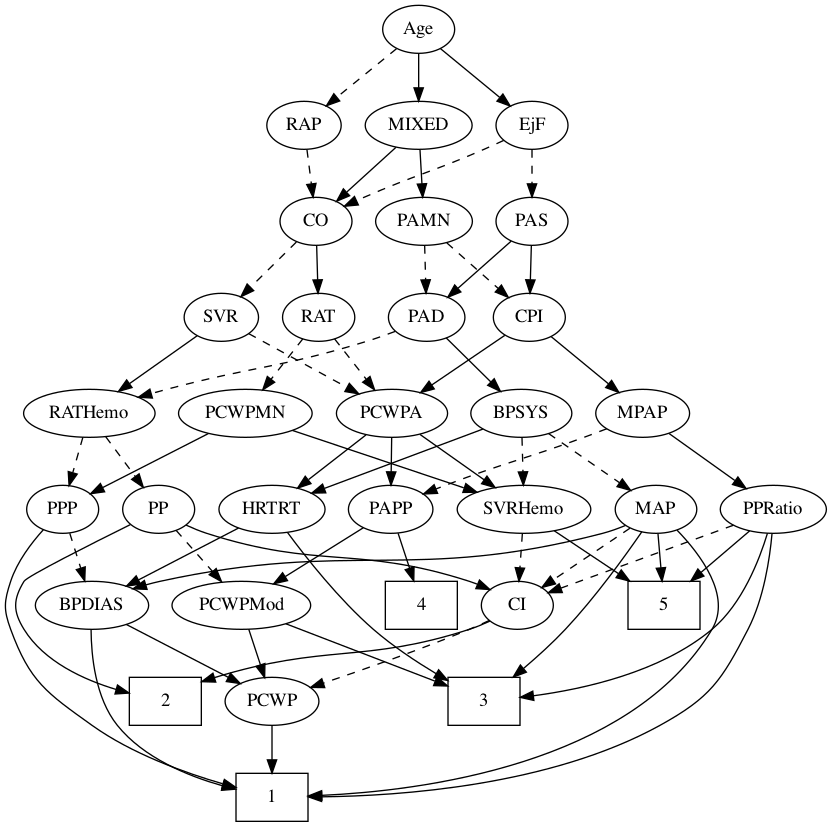
This is TreeFiles/TreeTraining/tree0.png from jozieLamp/CARNA, a Graphviz export, as it was before one commit. Its source is kept beside it as TreeFiles/TreeTraining/tree0.dot.
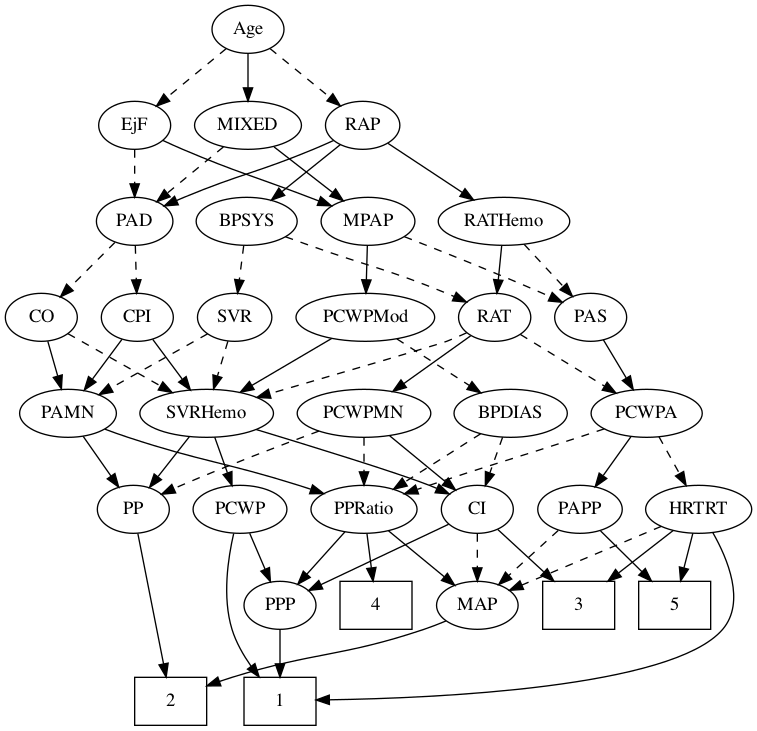
After the commit.

Diff of the diagram source:
```diff
@@ -1,235 +1,231 @@
 strict digraph {
-	graph [bb="0,0,615.65,612"];
+	graph [bb="0,0,559.65,540"];
 	node [label="\N"];
 	1	[height=0.5,
-		pos="200,18",
+		pos="206,18",
 		shape=box,
 		width=0.75];
 	2	[height=0.5,
-		pos="120,90",
+		pos="124,18",
 		shape=box,
 		width=0.75];
 	3	[height=0.5,
-		pos="359,90",
+		pos="430,90",
 		shape=box,
 		width=0.75];
 	4	[height=0.5,
-		pos="312,162",
+		pos="278,90",
 		shape=box,
 		width=0.75];
 	5	[height=0.5,
-		pos="494,162",
+		pos="502,90",
 		shape=box,
 		width=0.75];
 	Age	[height=0.5,
-		pos="310,594",
+		pos="182,522",
 		width=0.75];
 	EjF	[height=0.5,
-		pos="395,522",
+		pos="97,450",
 		width=0.75];
-	Age -> EjF	[pos="e,378.66,536.46 326.39,579.5 338.97,569.14 356.54,554.67 370.75,542.97",
-		style=solid];
+	Age -> EjF	[pos="e,113.34,464.46 165.61,507.5 153.03,497.14 135.46,482.67 121.25,470.97",
+		style=dashed];
 	RAP	[height=0.5,
-		pos="224,522",
+		pos="268,450",
 		width=0.77632];
-	Age -> RAP	[pos="e,240.83,536.69 293.42,579.5 280.77,569.21 263.14,554.86 248.82,543.2",
+	Age -> RAP	[pos="e,251.18,464.69 198.58,507.5 211.23,497.21 228.86,482.86 243.18,471.2",
 		style=dashed];
 	MIXED	[height=0.5,
-		pos="310,522",
+		pos="182,450",
 		width=1.1193];
-	Age -> MIXED	[pos="e,310,540.1 310,575.7 310,567.98 310,558.71 310,550.11",
+	Age -> MIXED	[pos="e,182,468.1 182,503.7 182,495.98 182,486.71 182,478.11",
 		style=solid];
-	CO	[height=0.5,
-		pos="233,450",
-		width=0.75];
-	EjF -> CO	[pos="e,254.22,461.28 373.78,510.72 368.95,508.45 363.82,506.1 359,504 319.51,486.79 308.5,485.21 269,468 267.2,467.21 265.35,466.39 263.48,\
-465.55",
+	MPAP	[height=0.5,
+		pos="272,378",
+		width=0.97491];
+	EjF -> MPAP	[pos="e,244.55,389.64 118.19,438.65 123.03,436.39 128.17,434.05 133,432 174.56,414.35 185.83,412.14 228,396 230.34,395.1 232.75,394.18 \
+235.18,393.24",
+		style=solid];
+	PAD	[height=0.5,
+		pos="97,378",
+		width=0.79437];
+	EjF -> PAD	[pos="e,97,396.1 97,431.7 97,423.98 97,414.71 97,406.11",
+		style=dashed];
+	BPSYS	[height=0.5,
+		pos="181,378",
+		width=1.0471];
+	RAP -> BPSYS	[pos="e,199.53,393.91 251.23,435.5 238.84,425.54 221.74,411.78 207.52,400.34",
+		style=solid];
+	RAP -> PAD	[pos="e,119.19,389.52 246.21,438.66 241.24,436.39 235.96,434.06 231,432 188.52,414.39 176.48,413.61 134,396 132.19,395.25 130.33,394.46 \
+128.47,393.65",
+		style=solid];
+	RATHemo	[height=0.5,
+		pos="374,378",
+		width=1.3721];
+	RAP -> RATHemo	[pos="e,351.16,394.09 286.95,436.49 302.41,426.28 324.56,411.65 342.65,399.7",
+		style=solid];
+	MIXED -> MPAP	[pos="e,253.43,393.44 201.53,433.81 214.41,423.79 231.44,410.55 245.53,399.59",
+		style=solid];
+	MIXED -> PAD	[pos="e,113.68,392.74 163.56,433.81 151.26,423.69 134.97,410.27 121.58,399.24",
 		style=dashed];
 	PAS	[height=0.5,
-		pos="395,450",
+		pos="439,306",
 		width=0.75];
-	EjF -> PAS	[pos="e,395,468.1 395,503.7 395,495.98 395,486.71 395,478.11",
+	MPAP -> PAS	[pos="e,417.77,317.27 299.28,366.48 325.91,356.1 367.49,339.55 403,324 404.8,323.21 406.65,322.38 408.51,321.54",
 		style=dashed];
-	RAP -> CO	[pos="e,230.8,468.1 226.23,503.7 227.22,495.98 228.41,486.71 229.52,478.11",
+	PCWPMod	[height=0.5,
+		pos="270,306",
+		width=1.4443];
+	MPAP -> PCWPMod	[pos="e,270.49,324.1 271.51,359.7 271.29,351.98 271.02,342.71 270.77,334.11",
+		style=solid];
+	RAT	[height=0.5,
+		pos="367,306",
+		width=0.75827];
+	BPSYS -> RAT	[pos="e,345.84,317.44 210.07,366.43 216,364.29 222.2,362.06 228,360 273.69,343.75 286.12,342.38 331,324 332.82,323.25 334.69,322.46 336.56,\
+321.65",
 		style=dashed];
-	MIXED -> CO	[pos="e,248.47,465.07 292.91,505.46 282.11,495.65 268.02,482.83 256.21,472.1",
+	SVR	[height=0.5,
+		pos="172,306",
+		width=0.77632];
+	BPSYS -> SVR	[pos="e,174.2,324.1 178.78,359.7 177.78,351.98 176.59,342.71 175.49,334.11",
+		style=dashed];
+	CO	[height=0.5,
+		pos="27,306",
+		width=0.75];
+	PAD -> CO	[pos="e,41.345,321.35 82.155,362.15 72.372,352.37 59.404,339.4 48.5,328.5",
+		style=dashed];
+	CPI	[height=0.5,
+		pos="99,306",
+		width=0.75];
+	PAD -> CPI	[pos="e,98.511,324.1 97.494,359.7 97.715,351.98 97.98,342.71 98.225,334.11",
+		style=dashed];
+	PAMN	[height=0.5,
+		pos="47,234",
+		width=1.011];
+	CO -> PAMN	[pos="e,42.064,252.28 31.841,288.05 34.068,280.26 36.765,270.82 39.263,262.08",
 		style=solid];
-	PAMN	[height=0.5,
-		pos="314,450",
-		width=1.011];
-	MIXED -> PAMN	[pos="e,313.02,468.1 310.99,503.7 311.43,495.98 311.96,486.71 312.45,478.11",
+	SVRHemo	[height=0.5,
+		pos="151,234",
+		width=1.3902];
+	CO -> SVRHemo	[pos="e,125.09,249.63 46.923,293.75 65.576,283.22 93.849,267.26 116.22,254.63",
+		style=dashed];
+	PCWPA	[height=0.5,
+		pos="481,234",
+		width=1.1555];
+	PAS -> PCWPA	[pos="e,470.92,251.8 448.53,289.12 453.59,280.68 459.94,270.1 465.67,260.55",
 		style=solid];
-	MPAP	[height=0.5,
-		pos="478,306",
+	PP	[height=0.5,
+		pos="96,162",
+		width=0.75];
+	PAMN -> PP	[pos="e,85.034,178.67 58.365,216.76 64.575,207.89 72.383,196.74 79.276,186.89",
+		style=solid];
+	PPRatio	[height=0.5,
+		pos="269,162",
+		width=1.1013];
+	PAMN -> PPRatio	[pos="e,238.77,173.8 74.471,222.19 80.229,220.04 86.288,217.88 92,216 148.14,197.54 163.61,197.69 220,180 222.95,179.07 226,178.09 229.06,\
+177.08",
+		style=solid];
+	RATHemo -> PAS	[pos="e,425.33,321.72 389.08,360.76 397.8,351.37 408.91,339.41 418.43,329.15",
+		style=dashed];
+	RATHemo -> RAT	[pos="e,368.71,324.1 372.27,359.7 371.5,351.98 370.57,342.71 369.71,334.11",
+		style=solid];
+	CPI -> PAMN	[pos="e,59.233,251.47 87.46,289.46 80.98,280.74 72.743,269.65 65.395,259.76",
+		style=solid];
+	CPI -> SVRHemo	[pos="e,138.77,251.47 110.54,289.46 117.02,280.74 125.26,269.65 132.61,259.76",
+		style=solid];
+	RAT -> PCWPA	[pos="e,458.02,249.11 386.34,293.13 403.6,282.52 429.21,266.8 449.44,254.38",
+		style=dashed];
+	PCWPMN	[height=0.5,
+		pos="269,234",
+		width=1.3902];
+	RAT -> PCWPMN	[pos="e,290.62,250.45 349.03,292.16 335,282.14 315.22,268.02 298.84,256.31",
+		style=solid];
+	RAT -> SVRHemo	[pos="e,188.63,245.92 345.92,294.38 341.08,292.13 335.91,289.87 331,288 324.63,285.58 249.67,263.67 198.52,248.79",
+		style=dashed];
+	SVR -> PAMN	[pos="e,70.332,248.07 151.64,293.6 132.06,282.63 102.15,265.89 79.321,253.1",
+		style=dashed];
+	SVR -> SVRHemo	[pos="e,156.18,252.28 166.92,288.05 164.58,280.26 161.75,270.82 159.12,262.08",
+		style=dashed];
+	PCWPMod -> SVRHemo	[pos="e,176.2,249.82 244.76,290.15 227.33,279.9 203.94,266.14 184.89,254.93",
+		style=solid];
+	BPDIAS	[height=0.5,
+		pos="379,234",
+		width=1.1735];
+	PCWPMod -> BPDIAS	[pos="e,356.51,249.44 293.65,289.81 309.54,279.61 330.65,266.05 347.89,254.98",
+		style=dashed];
+	PCWPA -> PPRatio	[pos="e,299.28,173.63 449.19,222.34 442.84,220.22 436.21,218.03 430,216 380.31,199.73 367.59,196.57 318,180 315.06,179.02 312.03,177.99 \
+308.98,176.96",
+		style=dashed];
+	PAPP	[height=0.5,
+		pos="431,162",
+		width=0.88464];
+	PCWPA -> PAPP	[pos="e,442.42,178.99 469.15,216.41 462.96,207.74 455.27,196.97 448.41,187.38",
+		style=solid];
+	HRTRT	[height=0.5,
+		pos="520,162",
+		width=1.1013];
+	PCWPA -> HRTRT	[pos="e,510.55,179.96 490.24,216.41 494.84,208.16 500.5,198.01 505.64,188.78",
+		style=dashed];
+	PCWPMN -> PP	[pos="e,117.21,173.32 235.23,220.71 207.33,210.37 166.81,194.93 132,180 130.19,179.22 128.34,178.41 126.47,177.58",
+		style=dashed];
+	PCWPMN -> PPRatio	[pos="e,269,180.1 269,215.7 269,207.98 269,198.71 269,190.11",
+		style=dashed];
+	CI	[height=0.5,
+		pos="354,162",
+		width=0.75];
+	PCWPMN -> CI	[pos="e,337.65,176.47 288.29,217.12 300.62,206.96 316.71,193.71 329.88,182.86",
+		style=solid];
+	SVRHemo -> PP	[pos="e,108.19,178.51 137.97,216.41 130.99,207.53 122.27,196.44 114.6,186.67",
+		style=solid];
+	PCWP	[height=0.5,
+		pos="176,162",
 		width=0.97491];
-	PPRatio	[height=0.5,
-		pos="576,234",
-		width=1.1013];
-	MPAP -> PPRatio	[pos="e,555.52,249.63 497.83,290.83 511.99,280.72 531.26,266.96 547.12,255.63",
+	SVRHemo -> PCWP	[pos="e,170,179.79 157.05,216.05 159.91,208.06 163.38,198.33 166.57,189.4",
 		style=solid];
-	PAPP	[height=0.5,
-		pos="289,234",
-		width=0.88464];
-	MPAP -> PAPP	[pos="e,313.62,245.49 451.07,294.42 445.44,292.26 439.54,290.03 434,288 388.07,271.18 375.72,269.38 330,252 327.75,251.15 325.44,250.25 \
-323.12,249.33",
+	SVRHemo -> CI	[pos="e,332.89,173.55 188.2,221.83 229.73,209.25 294.22,189.34 318,180 319.83,179.28 321.7,178.51 323.58,177.71",
+		style=solid];
+	BPDIAS -> PPRatio	[pos="e,291.12,177.08 356.47,218.67 340.05,208.22 317.62,193.94 299.58,182.46",
 		style=dashed];
-	BPSYS	[height=0.5,
-		pos="387,306",
-		width=1.0471];
-	SVRHemo	[height=0.5,
-		pos="389,234",
-		width=1.3902];
-	BPSYS -> SVRHemo	[pos="e,388.51,252.1 387.5,287.7 387.72,279.98 387.98,270.71 388.23,262.11",
+	BPDIAS -> CI	[pos="e,360,179.79 372.95,216.05 370.09,208.06 366.62,198.33 363.43,189.4",
 		style=dashed];
 	MAP	[height=0.5,
-		pos="488,234",
+		pos="354,90",
 		width=0.84854];
-	BPSYS -> MAP	[pos="e,468.96,248.2 407.44,290.83 422.76,280.22 443.87,265.59 460.64,253.96",
+	MAP -> 2	[pos="e,151.07,29.563 330.55,78.308 325.17,76.061 319.44,73.823 314,72 251.45,51.034 233.03,55.463 170,36 166.91,35.045 163.72,34 160.54,\
+32.911",
+		style=solid];
+	PP -> 2	[pos="e,120.61,36.189 99.377,143.87 104.17,119.56 112.99,74.819 118.67,46.013",
+		style=solid];
+	PPP	[height=0.5,
+		pos="206,90",
+		width=0.75];
+	PPP -> 1	[pos="e,206,36.104 206,71.697 206,63.983 206,54.712 206,46.112",
+		style=solid];
+	PPRatio -> 4	[pos="e,275.8,108.1 271.22,143.7 272.22,135.98 273.41,126.71 274.51,118.11",
+		style=solid];
+	PPRatio -> MAP	[pos="e,337.04,104.97 287.44,145.81 299.65,135.75 315.82,122.44 329.16,111.46",
+		style=solid];
+	PPRatio -> PPP	[pos="e,219.38,105.86 254.7,145.12 246.26,135.73 235.43,123.7 226.13,113.36",
+		style=solid];
+	PCWP -> 1	[pos="e,190.39,36.226 171.26,143.85 167.04,125.61 162.58,96.128 170,72 173.01,62.215 178.51,52.616 184.32,44.334",
+		style=solid];
+	PCWP -> PPP	[pos="e,198.8,107.79 183.26,144.05 186.73,135.97 190.95,126.12 194.81,117.11",
+		style=solid];
+	CI -> 3	[pos="e,411.42,108.11 369.38,146.83 379.25,137.75 392.31,125.71 403.79,115.14",
+		style=solid];
+	CI -> MAP	[pos="e,354,108.1 354,143.7 354,135.98 354,126.71 354,118.11",
 		style=dashed];
-	HRTRT	[height=0.5,
-		pos="200,234",
-		width=1.1013];
-	BPSYS -> HRTRT	[pos="e,229.77,246.14 358.19,294.22 326.35,282.3 274.88,263.03 239.34,249.73",
+	CI -> PPP	[pos="e,227.55,101.19 332.48,150.82 307.27,138.9 265.32,119.06 236.7,105.52",
 		style=solid];
-	PAD	[height=0.5,
-		pos="316,378",
-		width=0.79437];
-	PAD -> BPSYS	[pos="e,371.32,322.46 330.71,362.5 340.35,353 353.14,340.38 364.1,329.58",
+	PAPP -> 5	[pos="e,484.63,108.13 446.41,145.81 455.46,136.88 467.12,125.38 477.43,115.23",
 		style=solid];
-	RATHemo	[height=0.5,
-		pos="63.002,306",
-		width=1.3721];
-	PAD -> RATHemo	[pos="e,99.743,318.07 292.37,367.44 285.54,364.84 278.03,362.16 271,360 205.47,339.85 187.25,341.65 121,324 117.23,323 113.33,321.92 109.42,\
-320.83",
+	PAPP -> MAP	[pos="e,370.04,105.58 414.67,146.15 403.88,136.34 389.56,123.33 377.55,112.41",
 		style=dashed];
-	RAT	[height=0.5,
-		pos="235,378",
-		width=0.75827];
-	CO -> RAT	[pos="e,234.51,396.1 233.5,431.7 233.72,423.98 233.98,414.71 234.23,406.11",
+	HRTRT -> 1	[pos="e,233,19.025 530.62,144.52 541.75,124.95 555.39,92.389 538,72 500.46,27.997 322.08,20.361 243.42,19.156",
 		style=solid];
-	SVR	[height=0.5,
-		pos="162,378",
-		width=0.77632];
-	CO -> SVR	[pos="e,176.69,393.49 218.29,434.5 208.39,424.73 195.16,411.69 184.01,400.7",
+	HRTRT -> 3	[pos="e,451.91,108.04 500.91,146.15 489.03,136.92 473.5,124.83 460,114.33",
+		style=solid];
+	HRTRT -> 5	[pos="e,506.44,108.28 515.64,144.05 513.64,136.26 511.21,126.82 508.96,118.08",
+		style=solid];
+	HRTRT -> MAP	[pos="e,378.11,101.26 491.96,149.24 466.42,138.52 427.66,122.23 394,108 391.83,107.08 389.59,106.14 387.34,105.18",
 		style=dashed];
-	PAS -> PAD	[pos="e,331.85,393.04 379.39,435.17 368,425.07 352.35,411.21 339.46,399.79",
-		style=solid];
-	CPI	[height=0.5,
-		pos="393,378",
-		width=0.75];
-	PAS -> CPI	[pos="e,393.49,396.1 394.51,431.7 394.29,423.98 394.02,414.71 393.78,406.11",
-		style=solid];
-	PAMN -> PAD	[pos="e,315.51,396.1 314.5,431.7 314.72,423.98 314.98,414.71 315.23,406.11",
-		style=dashed];
-	PAMN -> CPI	[pos="e,377.24,392.97 331.14,433.81 342.39,423.85 357.23,410.7 369.56,399.77",
-		style=dashed];
-	PP	[height=0.5,
-		pos="115,234",
-		width=0.75];
-	RATHemo -> PP	[pos="e,103.48,250.51 75.325,288.41 81.922,279.53 90.161,268.44 97.419,258.67",
-		style=dashed];
-	PPP	[height=0.5,
-		pos="43.002,234",
-		width=0.75];
-	RATHemo -> PPP	[pos="e,47.798,251.79 58.16,288.05 55.9,280.14 53.156,270.54 50.627,261.69",
-		style=dashed];
-	CPI -> MPAP	[pos="e,460.2,321.66 409.39,363.5 421.57,353.47 438.42,339.6 452.37,328.11",
-		style=solid];
-	PCWPA	[height=0.5,
-		pos="290,306",
-		width=1.1555];
-	CPI -> PCWPA	[pos="e,311.46,321.59 374.59,364.49 359.37,354.14 337.47,339.26 319.77,327.23",
-		style=solid];
-	RAT -> PCWPA	[pos="e,276.94,323.63 246.94,361.81 253.85,353.02 262.71,341.73 270.6,331.69",
-		style=dashed];
-	PCWPMN	[height=0.5,
-		pos="180,306",
-		width=1.3902];
-	RAT -> PCWPMN	[pos="e,193.07,323.63 223.07,361.81 216.16,353.02 207.29,341.73 199.4,331.69",
-		style=dashed];
-	SVR -> RATHemo	[pos="e,84.846,322.45 143.84,364.16 129.68,354.14 109.7,340.02 93.141,328.31",
-		style=solid];
-	SVR -> PCWPA	[pos="e,265.1,320.62 182.57,365.75 202.41,354.9 232.79,338.29 256.19,325.49",
-		style=dashed];
-	PCWPMod	[height=0.5,
-		pos="177,162",
-		width=1.4443];
-	PCWPMod -> 3	[pos="e,331.77,101.47 210.38,148.16 242,136 289.39,117.77 322.12,105.19",
-		style=solid];
-	PCWP	[height=0.5,
-		pos="200,90",
-		width=0.97491];
-	PCWPMod -> PCWP	[pos="e,194.49,107.79 182.57,144.05 185.2,136.06 188.39,126.33 191.33,117.4",
-		style=solid];
-	PCWPA -> SVRHemo	[pos="e,367.35,250.31 311,290.15 324.98,280.27 343.57,267.12 359.09,256.15",
-		style=solid];
-	PCWPA -> PAPP	[pos="e,289.25,252.1 289.75,287.7 289.64,279.98 289.51,270.71 289.39,262.11",
-		style=solid];
-	PCWPA -> HRTRT	[pos="e,219.18,249.92 270.47,289.81 257.89,280.02 241.33,267.15 227.44,256.34",
-		style=solid];
-	PCWPMN -> SVRHemo	[pos="e,353.72,246.82 215.46,293.13 250.84,281.27 305.35,263.02 343.82,250.13",
-		style=solid];
-	PCWPMN -> PPP	[pos="e,63.972,245.71 152.28,290.83 129.33,279.11 96.77,262.47 73.169,250.41",
-		style=solid];
-	SVRHemo -> 5	[pos="e,468.31,180.13 411.79,217.81 425.83,208.45 444.11,196.26 459.86,185.76",
-		style=solid];
-	CI	[height=0.5,
-		pos="384,162",
-		width=0.75];
-	SVRHemo -> CI	[pos="e,385.22,180.1 387.77,215.7 387.21,207.98 386.55,198.71 385.94,190.11",
-		style=dashed];
-	BPDIAS	[height=0.5,
-		pos="65.002,162",
-		width=1.1735];
-	BPDIAS -> 1	[pos="e,172.65,24.113 64.306,143.67 64.433,124.18 67.487,92.578 84.002,72 103.58,47.609 136.86,33.998 162.77,26.698",
-		style=solid];
-	BPDIAS -> PCWP	[pos="e,176.2,103.34 90.712,147.67 112.46,136.39 143.75,120.17 167.28,107.97",
-		style=solid];
-	MAP -> 1	[pos="e,227.36,19.112 503.79,218.37 521.24,200.35 545.03,169.05 530,144 468.71,41.855 310.16,22.764 237.44,19.488",
-		style=solid];
-	MAP -> 3	[pos="e,380.86,108.15 477.35,217.12 464.66,198.7 442.36,167.81 420,144 410.45,133.83 399.12,123.57 388.83,114.82",
-		style=solid];
-	MAP -> 5	[pos="e,492.54,180.1 489.48,215.7 490.15,207.98 490.94,198.71 491.68,190.11",
-		style=solid];
-	MAP -> BPDIAS	[pos="e,95.721,174.41 465.14,221.93 459.64,219.64 453.7,217.48 448,216 304.38,178.57 261.01,211.65 116,180 112.57,179.25 109.04,178.35 \
-105.53,177.37",
-		style=solid];
-	MAP -> CI	[pos="e,402.43,175.4 468.44,219.83 452.16,208.87 428.81,193.16 410.79,181.03",
-		style=dashed];
-	PP -> 2	[pos="e,92.807,96.197 93.708,222.53 64.76,208.19 16.294,183.79 14.002,180 5.7237,166.31 5.5899,157.61 14.002,144 29.023,119.7 58.938,106.16 \
-83.169,98.869",
-		style=solid];
-	PP -> PCWPMod	[pos="e,162.13,179.79 128.15,218.15 136.08,209.2 146.38,197.58 155.47,187.31",
-		style=dashed];
-	PP -> CI	[pos="e,363.44,173.83 135.57,222.17 140.52,219.87 145.87,217.65 151,216 235.74,188.77 263.26,207.23 348,180 349.93,179.38 351.88,178.68 \
-353.83,177.93",
-		style=solid];
-	PPP -> 1	[pos="e,172.98,25.376 28.522,218.71 19.551,208.8 8.8475,194.76 4.0016,180 -0.98879,164.8 -1.5064,159.02 4.0016,144 18.44,104.62 30.892,\
-96.403 65.002,72 94.821,50.666 134.4,36.454 162.98,28.165",
-		style=solid];
-	PPP -> BPDIAS	[pos="e,59.572,180.28 48.327,216.05 50.777,208.26 53.743,198.82 56.491,190.08",
-		style=dashed];
-	PPRatio -> 1	[pos="e,227.18,18.348 575.01,215.7 573.34,197.08 568.88,167.03 557,144 537.1,105.42 529,92.983 491,72 408.69,26.55 295.25,19.002 237.33,\
-18.389",
-		style=solid];
-	PPRatio -> 3	[pos="e,386.06,92.969 571.59,216.04 565.52,196 552.67,162.98 530,144 491.56,111.81 433.66,99.14 396.09,94.175",
-		style=solid];
-	PPRatio -> 5	[pos="e,514.06,180.13 558.21,217.81 547.54,208.71 533.76,196.94 521.69,186.64",
-		style=solid];
-	PPRatio -> CI	[pos="e,407.16,171.44 546,222.06 510.91,209.27 453.01,188.16 416.77,174.95",
-		style=dashed];
-	PCWP -> 1	[pos="e,200,36.104 200,71.697 200,63.983 200,54.712 200,46.112",
-		style=solid];
-	CI -> 2	[pos="e,147.22,104.74 363.43,150.18 358.48,147.89 353.13,145.66 348,144 268.39,118.21 240.61,133.55 156.88,107.81",
-		style=solid];
-	CI -> PCWP	[pos="e,228.97,100.44 362.83,150.59 358,148.32 352.86,146.01 348,144 311.41,128.85 268.76,113.85 238.66,103.69",
-		style=dashed];
-	PAPP -> 4	[pos="e,306.33,180.28 294.57,216.05 297.16,208.18 300.3,198.62 303.2,189.79",
-		style=solid];
-	PAPP -> PCWPMod	[pos="e,201.31,178.19 268.46,220.16 252.1,209.94 228.89,195.43 209.95,183.59",
-		style=solid];
-	HRTRT -> 3	[pos="e,331.81,105.61 211.64,216.62 225.57,197.74 250.25,166.41 276,144 290.34,131.52 307.88,119.88 323.13,110.71",
-		style=solid];
-	HRTRT -> BPDIAS	[pos="e,90.862,176.41 174.93,220 153.79,209.04 123.32,193.24 99.815,181.05",
-		style=solid];
 }
```
